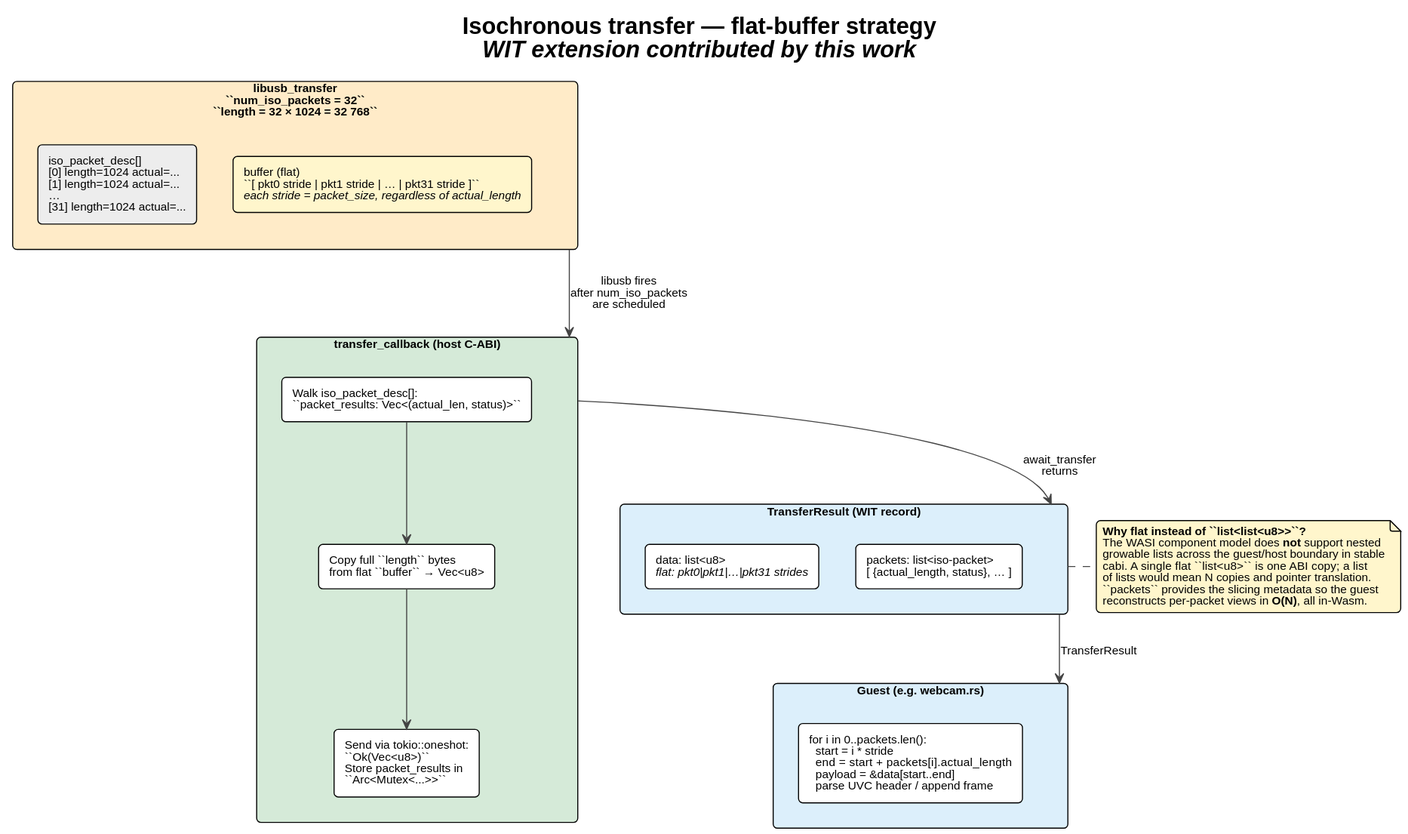
The PlantUML diagram diagrams/iso_flatbuffer.svg in idlab-discover/masters-sibren-wieme, before a commit.
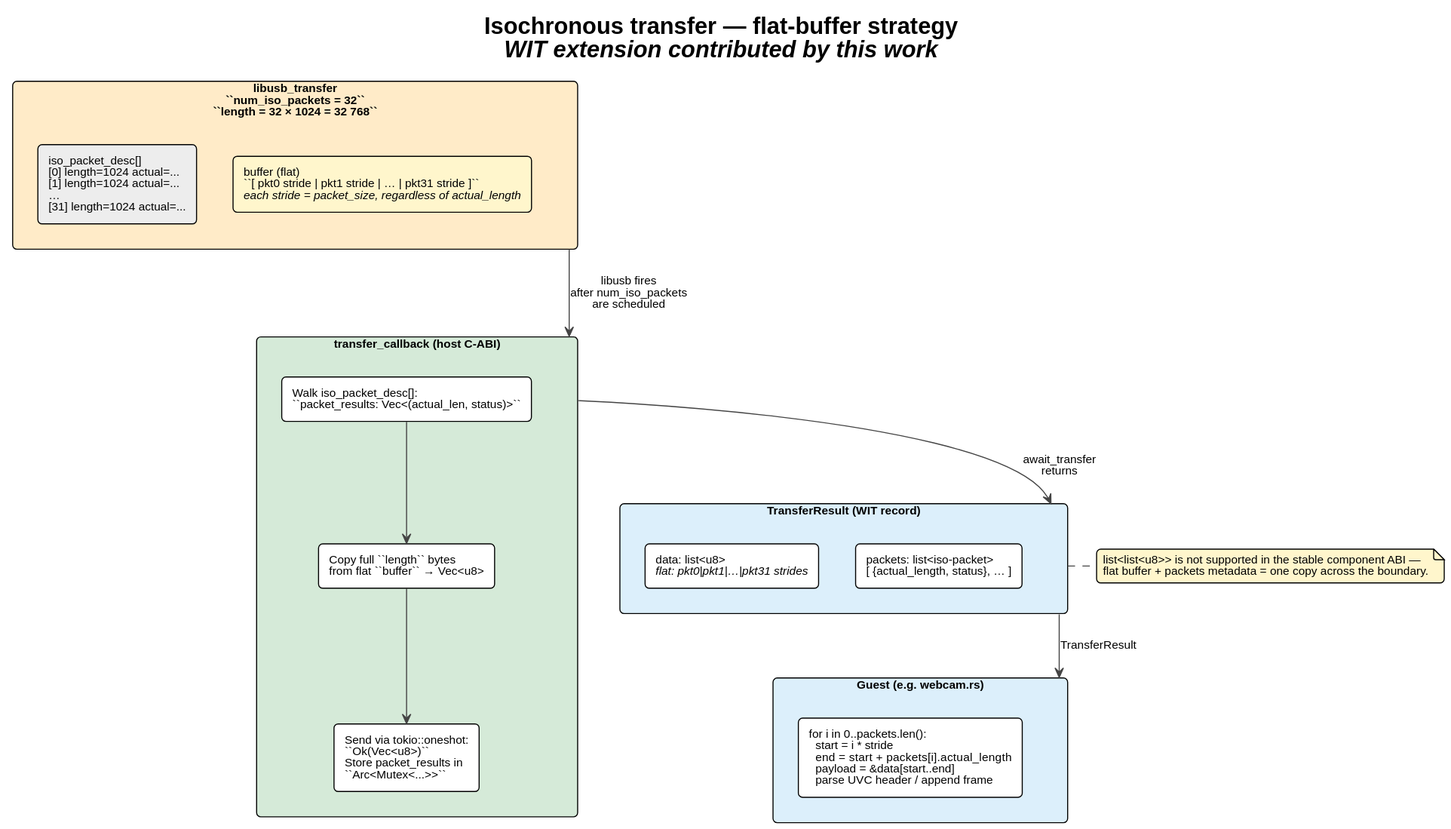
After the commit.

What changed in the source:
```diff
@@ -37,12 +37,7 @@
 result --> guest : TransferResult
 
 note right of result #FFF6CC
-  **Why flat instead of ``list<list<u8>>``?**
-  The WASI component model does **not** support nested
-  growable lists across the guest/host boundary in stable
-  cabi.  A single flat ``list<u8>`` is one ABI copy; a list
-  of lists would mean N copies and pointer translation.
-  ``packets`` provides the slicing metadata so the guest
-  reconstructs per-packet views in **O(N)**, all in-Wasm.
+  list<list<u8>> is not supported in the stable component ABI —
+  flat buffer + packets metadata = one copy across the boundary.
 end note
 @enduml
```
